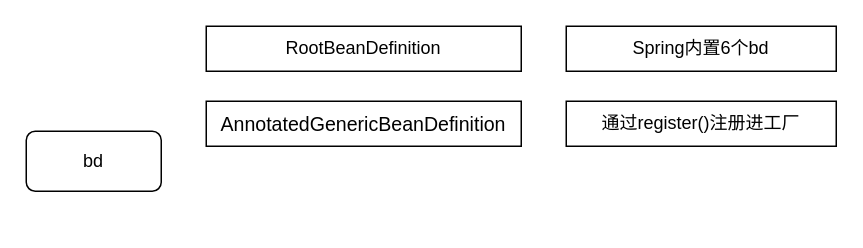
Earlier version of the draw.io diagram bdSort.drawio (Ordertiny/graph). Source tidied: cells renumbered, new cells numbered last; positions are measured from the earlier drawing's top-left corner, leaving out a move shared by most shapes. Both pictures are drawn from the tidied source at 150%, with x=0, y=0 at pixel (26, 26).
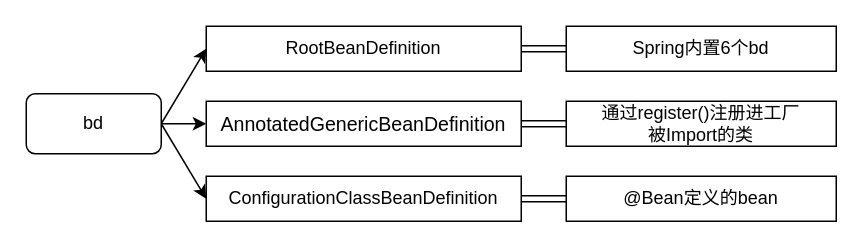
After the change.

What changed in the source:
```diff
@@
 <mxGraphModel>
   <root>
     <mxCell id="0" />
     <mxCell id="1" parent="0" />
+    <mxCell id="7" style="rounded=0;jettySize=auto;html=1;exitX=1;exitY=0.5;exitDx=0;exitDy=0;entryX=0;entryY=0.5;entryDx=0;entryDy=0;fontFamily=Helvetica;" parent="1" edge="1" source="2" target="3">
+      <mxGeometry relative="1" as="geometry" />
+    </mxCell>
+    <mxCell id="8" style="edgeStyle=none;rounded=0;jettySize=auto;html=1;exitX=1;exitY=0.5;exitDx=0;exitDy=0;fontFamily=Helvetica;" parent="1" edge="1" source="2" target="5">
+      <mxGeometry relative="1" as="geometry" />
+    </mxCell>
+    <mxCell id="9" style="edgeStyle=none;rounded=0;jettySize=auto;html=1;exitX=1;exitY=0.5;exitDx=0;exitDy=0;entryX=0;entryY=0.5;entryDx=0;entryDy=0;fontFamily=Helvetica;" parent="1" edge="1" source="2" target="13">
+      <mxGeometry relative="1" as="geometry" />
+    </mxCell>
     <mxCell id="2" value="bd" style="rounded=1;whiteSpace=wrap;html=1;" parent="1" vertex="1">
-      <mxGeometry y="70" width="90" height="40" as="geometry" />
+      <mxGeometry y="45" width="90" height="40" as="geometry" />
     </mxCell>
+    <mxCell id="10" style="edgeStyle=none;rounded=0;jettySize=auto;html=1;exitX=1;exitY=0.5;exitDx=0;exitDy=0;entryX=0;entryY=0.5;entryDx=0;entryDy=0;fontFamily=Helvetica;shape=link;" parent="1" edge="1" source="3" target="4">
+      <mxGeometry relative="1" as="geometry" />
+    </mxCell>
     <mxCell id="3" value="RootBeanDefinition" style="rounded=0;whiteSpace=wrap;html=1;fontFamily=Helvetica;" parent="1" vertex="1">
       <mxGeometry x="120" width="210" height="30" as="geometry" />
     </mxCell>
     <mxCell id="4" value="Spring内置6个bd" style="rounded=0;whiteSpace=wrap;html=1;" parent="1" vertex="1">
       <mxGeometry x="360" width="180" height="30" as="geometry" />
     </mxCell>
+    <mxCell id="11" style="edgeStyle=none;shape=link;rounded=0;jettySize=auto;html=1;exitX=1;exitY=0.5;exitDx=0;exitDy=0;entryX=0;entryY=0.5;entryDx=0;entryDy=0;fontFamily=Helvetica;" parent="1" edge="1" source="5" target="6">
+      <mxGeometry relative="1" as="geometry" />
+    </mxCell>
     <mxCell id="5" value="&lt;div style=&quot;background-color: rgb(255, 255, 255); font-size: 9.8pt;&quot;&gt;AnnotatedGenericBeanDefinition&lt;/div&gt;" style="rounded=0;whiteSpace=wrap;html=1;fontFamily=Helvetica;" parent="1" vertex="1">
       <mxGeometry x="120" y="50" width="210" height="30" as="geometry" />
     </mxCell>
-    <mxCell id="6" value="通过register()注册进工厂" style="rounded=0;whiteSpace=wrap;html=1;fontFamily=Helvetica;" parent="1" vertex="1">
+    <mxCell id="6" value="通过register()注册进工厂&lt;br&gt;被Import的类" style="rounded=0;whiteSpace=wrap;html=1;fontFamily=Helvetica;" parent="1" vertex="1">
       <mxGeometry x="360" y="50" width="180" height="30" as="geometry" />
     </mxCell>
+    <mxCell id="12" style="edgeStyle=none;shape=link;rounded=0;jettySize=auto;html=1;exitX=1;exitY=0.5;exitDx=0;exitDy=0;entryX=0;entryY=0.5;entryDx=0;entryDy=0;fontFamily=Helvetica;" parent="1" edge="1" source="13" target="14">
+      <mxGeometry relative="1" as="geometry" />
+    </mxCell>
+    <mxCell id="13" value="ConfigurationClassBeanDefinition" style="whiteSpace=wrap;html=1;fontFamily=Helvetica;" parent="1" vertex="1">
+      <mxGeometry x="120" y="100" width="210" height="30" as="geometry" />
+    </mxCell>
+    <mxCell id="14" value="@Bean定义的bean" style="whiteSpace=wrap;html=1;fontFamily=Helvetica;" parent="1" vertex="1">
+      <mxGeometry x="360" y="100" width="180" height="30" as="geometry" />
+    </mxCell>
   </root>
 </mxGraphModel>
```
